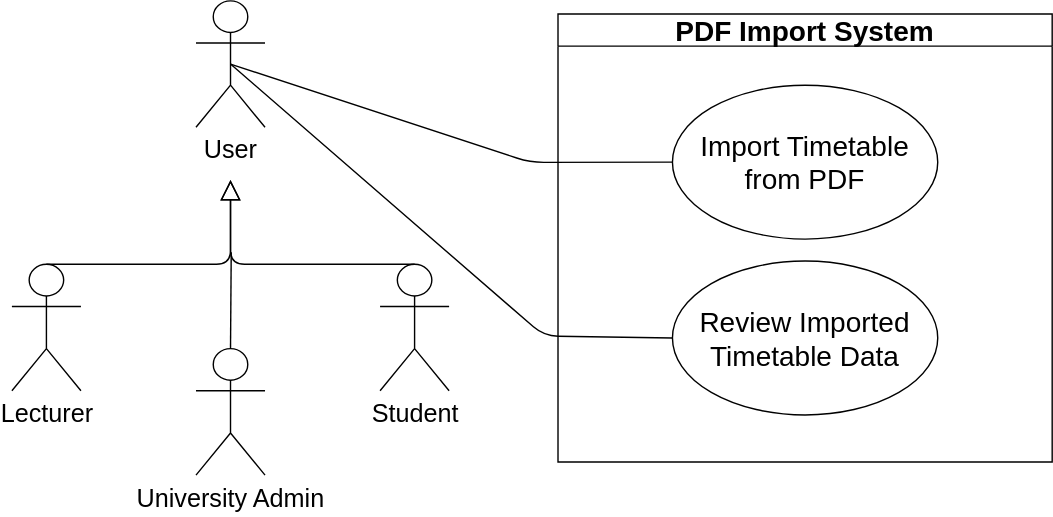
This is docs/diagrams/requirements/PDF_System.svg from COS301-SE-2026/UMTAS, a draw.io export, as it was before one commit. Source tidied: cells renumbered, new cells last; positions are measured from the earlier drawing's top-left corner, leaving out a move shared by most shapes. The source it was exported from:
```xml
<mxGraphModel>
  <root>
    <mxCell id="0" />
    <mxCell id="1" parent="0" />
    <mxCell id="2" style="group;" parent="1" vertex="1">
      <mxGeometry width="742.9" height="338.7" as="geometry" />
    </mxCell>
    <mxCell id="3" style="endArrow=none;html=1;exitX=0.5;exitY=0;exitDx=0;exitDy=0;exitPerimeter=0;" parent="2" edge="1" source="6">
      <mxGeometry relative="1" as="geometry">
        <mxPoint x="156.6" y="179.6" as="targetPoint" />
      </mxGeometry>
    </mxCell>
    <mxCell id="4" value="&lt;font style=&quot;font-size: 18px;&quot;&gt;User&lt;/font&gt;" style="shape=umlActor;verticalLabelPosition=bottom;verticalAlign=top;html=1;outlineConnect=0;" parent="2" vertex="1">
      <mxGeometry x="131.5" width="49.3" height="90.3" as="geometry" />
    </mxCell>
    <mxCell id="5" value="&lt;font style=&quot;font-size: 18px;&quot;&gt;Lecturer&lt;/font&gt;" style="shape=umlActor;verticalLabelPosition=bottom;verticalAlign=top;html=1;outlineConnect=0;" parent="2" vertex="1">
      <mxGeometry y="188.2" width="49.3" height="90.3" as="geometry" />
    </mxCell>
    <mxCell id="6" value="&lt;font style=&quot;font-size: 18px;&quot;&gt;University Admin&lt;/font&gt;" style="shape=umlActor;verticalLabelPosition=bottom;verticalAlign=top;html=1;outlineConnect=0;" parent="2" vertex="1">
      <mxGeometry x="131.5" y="248.4" width="49.3" height="90.3" as="geometry" />
    </mxCell>
    <mxCell id="7" value="&lt;font style=&quot;font-size: 18px;&quot;&gt;Student&lt;/font&gt;" style="shape=umlActor;verticalLabelPosition=bottom;verticalAlign=top;html=1;outlineConnect=0;" parent="2" vertex="1">
      <mxGeometry x="262.9" y="188.2" width="49.3" height="90.3" as="geometry" />
    </mxCell>
    <mxCell id="8" style="edgeStyle=none;html=1;endSize=12;endArrow=block;endFill=0;exitX=0.5;exitY=0;exitDx=0;exitDy=0;exitPerimeter=0;" parent="2" edge="1" source="5">
      <mxGeometry relative="1" as="geometry">
        <mxPoint x="156.1" y="127.9" as="targetPoint" />
        <Array as="points">
          <mxPoint x="156.1" y="188.2" />
        </Array>
      </mxGeometry>
    </mxCell>
    <mxCell id="9" style="edgeStyle=none;html=1;endSize=12;endArrow=block;endFill=0;exitX=0.5;exitY=0;exitDx=0;exitDy=0;exitPerimeter=0;" parent="2" edge="1" source="7">
      <mxGeometry relative="1" as="geometry">
        <mxPoint x="156.1" y="127.9" as="targetPoint" />
        <Array as="points">
          <mxPoint x="156.1" y="188.2" />
        </Array>
      </mxGeometry>
    </mxCell>
    <mxCell id="10" style="endArrow=none;html=1;exitX=0.5;exitY=0.5;exitDx=0;exitDy=0;exitPerimeter=0;entryX=0;entryY=0.5;entryDx=0;entryDy=0;" parent="2" edge="1" source="4" target="13">
      <mxGeometry relative="1" as="geometry">
        <Array as="points">
          <mxPoint x="370" y="115.3" />
        </Array>
      </mxGeometry>
    </mxCell>
    <mxCell id="11" value="&lt;font style=&quot;font-size: 20px;&quot;&gt;PDF Import System&lt;/font&gt;" style="swimlane;whiteSpace=wrap;html=1;" parent="2" vertex="1">
      <mxGeometry x="390" y="9.3" width="352.9" height="320" as="geometry" />
    </mxCell>
    <mxCell id="12" value="&lt;font style=&quot;font-size: 20px;&quot;&gt;Review Imported Timetable Data&lt;/font&gt;" style="ellipse;whiteSpace=wrap;html=1;" parent="2" vertex="1">
      <mxGeometry x="471.7" y="185.8" width="189.4" height="109.9" as="geometry" />
    </mxCell>
    <mxCell id="13" value="&lt;font style=&quot;font-size: 20px;&quot;&gt;Import Timetable from PDF&lt;/font&gt;" style="ellipse;whiteSpace=wrap;html=1;" parent="2" vertex="1">
      <mxGeometry x="471.7" y="60.2" width="189.4" height="109.9" as="geometry" />
    </mxCell>
    <mxCell id="14" style="endArrow=none;html=1;exitX=0.5;exitY=0.5;exitDx=0;exitDy=0;exitPerimeter=0;entryX=0;entryY=0.5;entryDx=0;entryDy=0;" parent="2" edge="1" source="4" target="12">
      <mxGeometry relative="1" as="geometry">
        <Array as="points">
          <mxPoint x="380" y="239.3" />
        </Array>
      </mxGeometry>
    </mxCell>
  </root>
</mxGraphModel>
```
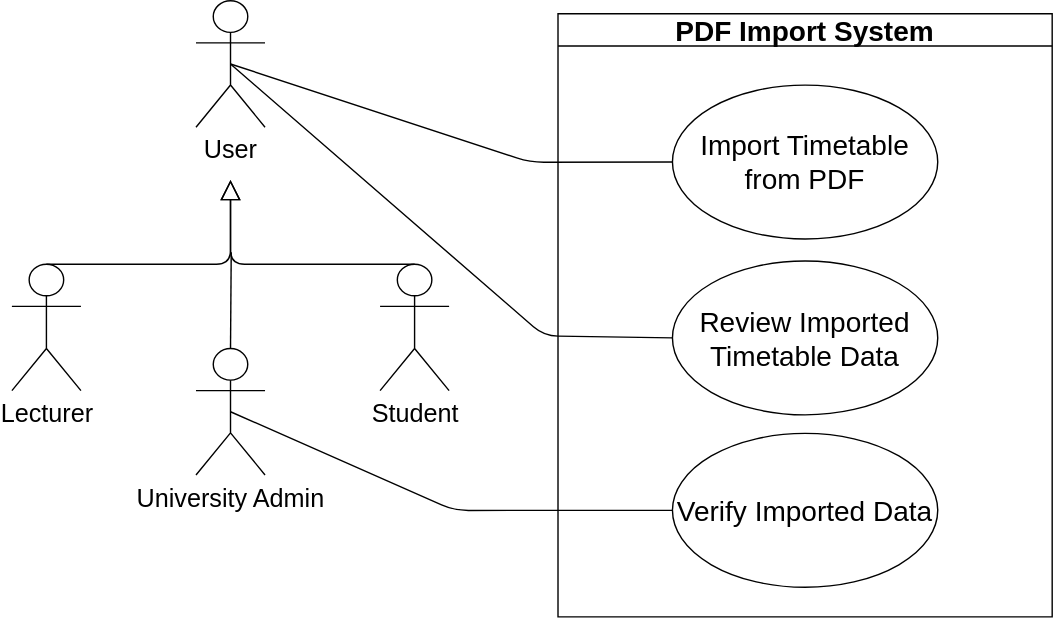
The same file after the commit.

Change to the diagram source:
```diff
@@ -3,7 +3,7 @@
     <mxCell id="0" />
     <mxCell id="1" parent="0" />
     <mxCell id="2" style="group;" parent="1" vertex="1">
-      <mxGeometry width="742.9" height="338.7" as="geometry" />
+      <mxGeometry width="742.9" height="440" as="geometry" />
     </mxCell>
     <mxCell id="3" style="endArrow=none;html=1;exitX=0.5;exitY=0;exitDx=0;exitDy=0;exitPerimeter=0;" parent="2" edge="1" source="6">
       <mxGeometry relative="1" as="geometry">
@@ -46,8 +46,11 @@
       </mxGeometry>
     </mxCell>
     <mxCell id="11" value="&lt;font style=&quot;font-size: 20px;&quot;&gt;PDF Import System&lt;/font&gt;" style="swimlane;whiteSpace=wrap;html=1;" parent="2" vertex="1">
-      <mxGeometry x="390" y="9.3" width="352.9" height="320" as="geometry" />
+      <mxGeometry x="390" y="9.3" width="352.9" height="430.7" as="geometry" />
     </mxCell>
+    <mxCell id="15" value="&lt;font style=&quot;font-size: 20px;&quot;&gt;Verify Imported Data&lt;/font&gt;" style="ellipse;whiteSpace=wrap;html=1;" parent="11" vertex="1">
+      <mxGeometry x="81.7" y="299.7" width="189.4" height="109.9" as="geometry" />
+    </mxCell>
     <mxCell id="12" value="&lt;font style=&quot;font-size: 20px;&quot;&gt;Review Imported Timetable Data&lt;/font&gt;" style="ellipse;whiteSpace=wrap;html=1;" parent="2" vertex="1">
       <mxGeometry x="471.7" y="185.8" width="189.4" height="109.9" as="geometry" />
     </mxCell>
@@ -61,5 +64,12 @@
         </Array>
       </mxGeometry>
     </mxCell>
+    <mxCell id="16" style="endArrow=none;html=1;exitX=0.5;exitY=0.5;exitDx=0;exitDy=0;exitPerimeter=0;entryX=0;entryY=0.5;entryDx=0;entryDy=0;" parent="2" edge="1" source="6" target="15">
+      <mxGeometry relative="1" as="geometry">
+        <Array as="points">
+          <mxPoint x="316" y="364" />
+        </Array>
+      </mxGeometry>
+    </mxCell>
   </root>
 </mxGraphModel>
```
